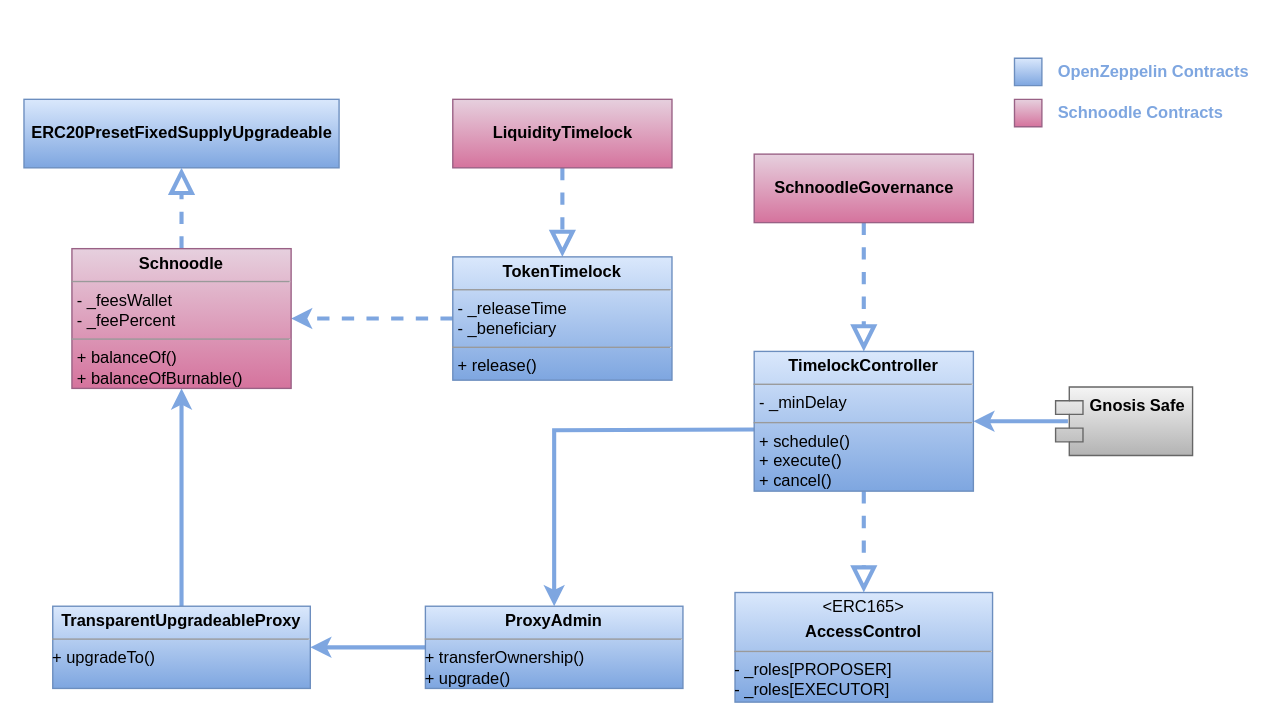
schnoodledao/contracts keeps this draw.io diagram as docs/Architecture.drawio. Above is the earlier version. Source tidied: cells renumbered, new cells numbered last; positions are measured from the earlier drawing's top-left corner, leaving out a move shared by most shapes. Both pictures are drawn from the tidied source at 137%, with x=0, y=0 at pixel (23, 58).
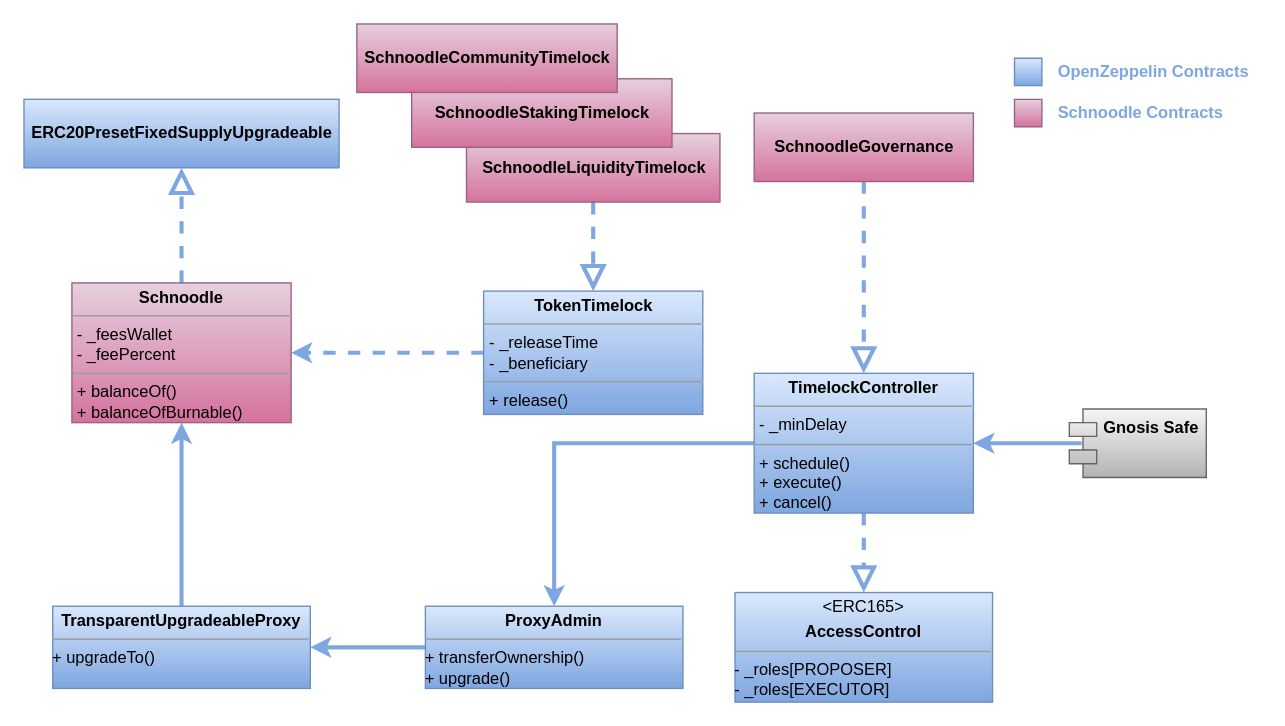
Above is the later version.

Commit message:
Update timelock contracts on Architecture.drawio

Unchanged cells that the change refers to:
```xml
<mxCell id="18" value="&lt;p style=&quot;margin: 0px ; margin-top: 4px ; text-align: center&quot;&gt;&lt;b&gt;ProxyAdmin&lt;/b&gt;&lt;/p&gt;&lt;hr size=&quot;1&quot;&gt;&lt;div style=&quot;height: 2px&quot;&gt;+ transferOwnership()&lt;br style=&quot;padding: 0px ; margin: 0px&quot;&gt;+ upgrade()&lt;br&gt;&lt;/div&gt;" style="verticalAlign=top;align=left;overflow=fill;fontSize=12;fontFamily=Helvetica;html=1;fillColor=#dae8fc;strokeColor=#6c8ebf;gradientColor=#7ea6e0;" parent="1" vertex="1">
  <mxGeometry x="293" y="400" width="188" height="60" as="geometry" />
</mxCell>
```

What changed in the source:
```diff
@@
-    <mxCell id="4" style="edgeStyle=orthogonalEdgeStyle;rounded=0;jettySize=auto;html=1;entryX=0.5;entryY=0;entryDx=0;entryDy=0;strokeColor=#7EA6E0;strokeWidth=3;" parent="1" edge="1" target="18">
-      <mxGeometry relative="1" as="geometry">
-        <mxPoint x="533" y="271" as="sourcePoint" />
-      </mxGeometry>
+    <mxCell id="4" style="edgeStyle=orthogonalEdgeStyle;rounded=0;jettySize=auto;html=1;entryX=0.5;entryY=0;entryDx=0;entryDy=0;strokeColor=#7EA6E0;strokeWidth=3;exitX=0;exitY=0.5;exitDx=0;exitDy=0;" parent="1" edge="1" source="16" target="18">
+      <mxGeometry relative="1" as="geometry" />
     </mxCell>
@@
     <mxCell id="7" value="&lt;b&gt;SchnoodleGovernance&lt;/b&gt;" style="html=1;fillColor=#e6d0de;strokeColor=#996185;gradientColor=#d5739d;" parent="1" vertex="1">
-      <mxGeometry x="533" y="70" width="160" height="50" as="geometry" />
+      <mxGeometry x="533" y="40" width="160" height="50" as="geometry" />
     </mxCell>
-    <mxCell id="8" value="&lt;span style=&quot;font-weight: 700&quot;&gt;LiquidityTimelock&lt;/span&gt;" style="html=1;fillColor=#e6d0de;strokeColor=#996185;gradientColor=#d5739d;" parent="1" vertex="1">
-      <mxGeometry x="313" y="30" width="160" height="50" as="geometry" />
+    <mxCell id="8" value="&lt;span style=&quot;font-weight: 700&quot;&gt;SchnoodleLiquidityTimelock&lt;/span&gt;" style="html=1;fillColor=#e6d0de;strokeColor=#996185;gradientColor=#d5739d;" parent="1" vertex="1">
+      <mxGeometry x="323" y="55" width="185" height="50" as="geometry" />
     </mxCell>
@@
     <mxCell id="14" value="&lt;p style=&quot;margin: 0px ; margin-top: 4px ; text-align: center&quot;&gt;&lt;b&gt;TokenTimelock&lt;/b&gt;&lt;/p&gt;&lt;hr size=&quot;1&quot;&gt;&lt;p style=&quot;margin: 0px ; margin-left: 4px&quot;&gt;- _releaseTime&lt;br style=&quot;padding: 0px ; margin: 0px&quot;&gt;- _beneficiary&lt;br&gt;&lt;/p&gt;&lt;hr size=&quot;1&quot;&gt;&lt;p style=&quot;margin: 0px ; margin-left: 4px&quot;&gt;+ release()&lt;/p&gt;" style="verticalAlign=top;align=left;overflow=fill;fontSize=12;fontFamily=Helvetica;html=1;fillColor=#dae8fc;strokeColor=#6c8ebf;gradientColor=#7ea6e0;" parent="1" vertex="1">
-      <mxGeometry x="313" y="145" width="160" height="90" as="geometry" />
+      <mxGeometry x="335.5" y="170" width="160" height="90" as="geometry" />
     </mxCell>
     <mxCell id="15" value="&lt;p style=&quot;margin: 0px ; margin-top: 4px ; text-align: center&quot;&gt;&lt;b&gt;Schnoodle&lt;/b&gt;&lt;/p&gt;&lt;hr size=&quot;1&quot;&gt;&lt;p style=&quot;margin: 0px ; margin-left: 4px&quot;&gt;- _feesWallet&lt;br style=&quot;padding: 0px ; margin: 0px&quot;&gt;- _feePercent&lt;br&gt;&lt;/p&gt;&lt;hr size=&quot;1&quot;&gt;&lt;p style=&quot;margin: 0px ; margin-left: 4px&quot;&gt;+ balanceOf()&lt;br style=&quot;padding: 0px ; margin: 0px&quot;&gt;+ balanceOfBurnable()&lt;br&gt;&lt;/p&gt;" style="verticalAlign=top;align=left;overflow=fill;fontSize=12;fontFamily=Helvetica;html=1;fillColor=#e6d0de;strokeColor=#996185;gradientColor=#d5739d;" parent="1" vertex="1">
-      <mxGeometry x="35" y="139" width="160" height="102" as="geometry" />
+      <mxGeometry x="35" y="164" width="160" height="102" as="geometry" />
     </mxCell>
     <mxCell id="16" value="&lt;p style=&quot;margin: 0px ; margin-top: 4px ; text-align: center&quot;&gt;&lt;b&gt;TimelockController&lt;/b&gt;&lt;/p&gt;&lt;hr size=&quot;1&quot;&gt;&lt;p style=&quot;margin: 0px ; margin-left: 4px&quot;&gt;- _minDelay&lt;br&gt;&lt;/p&gt;&lt;hr size=&quot;1&quot;&gt;&lt;p style=&quot;margin: 0px ; margin-left: 4px&quot;&gt;+ schedule()&lt;br style=&quot;padding: 0px ; margin: 0px&quot;&gt;+ execute()&lt;br style=&quot;padding: 0px ; margin: 0px&quot;&gt;+ cancel()&lt;br&gt;&lt;/p&gt;" style="verticalAlign=top;align=left;overflow=fill;fontSize=12;fontFamily=Helvetica;html=1;fillColor=#dae8fc;strokeColor=#6c8ebf;gradientColor=#7ea6e0;" parent="1" vertex="1">
-      <mxGeometry x="533" y="214" width="160" height="102" as="geometry" />
+      <mxGeometry x="533" y="230" width="160" height="102" as="geometry" />
     </mxCell>
@@
     <mxCell id="20" value="Gnosis Safe" style="shape=module;align=left;spacingLeft=20;align=center;verticalAlign=top;fillColor=#f5f5f5;strokeColor=#666666;fontStyle=1;gradientColor=#b3b3b3;" parent="1" vertex="1">
-      <mxGeometry x="753" y="240" width="100" height="50" as="geometry" />
+      <mxGeometry x="763" y="256" width="100" height="50" as="geometry" />
     </mxCell>
@@
+    <mxCell id="25" value="&lt;span style=&quot;font-weight: 700&quot;&gt;SchnoodleStakingTimelock&lt;/span&gt;" style="html=1;fillColor=#e6d0de;strokeColor=#996185;gradientColor=#d5739d;" parent="1" vertex="1">
+      <mxGeometry x="283" y="15" width="190" height="50" as="geometry" />
+    </mxCell>
+    <mxCell id="26" value="&lt;span style=&quot;font-weight: 700&quot;&gt;SchnoodleCommunityTimelock&lt;/span&gt;" style="html=1;fillColor=#e6d0de;strokeColor=#996185;gradientColor=#d5739d;" parent="1" vertex="1">
+      <mxGeometry x="243" y="-25" width="190" height="50" as="geometry" />
+    </mxCell>
```
